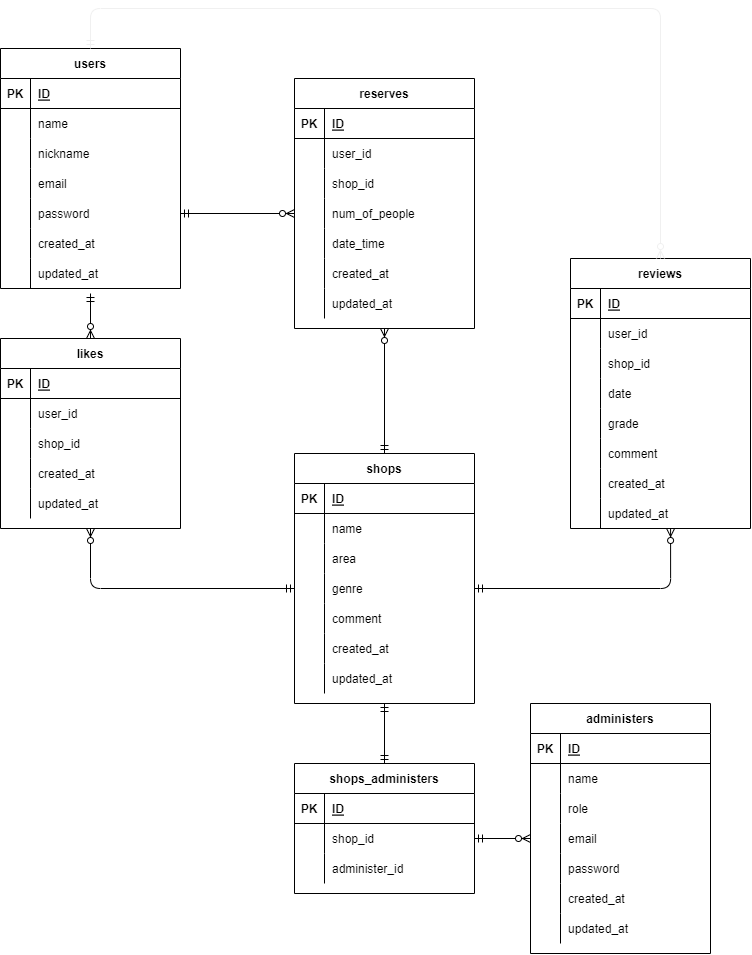
Above: index.drawio.png in ydyd1115/rese_app (draw.io), before the change. Source tidied: cells renumbered, new cells last; positions are measured from the earlier drawing's top-left corner, leaving out a move shared by most shapes.
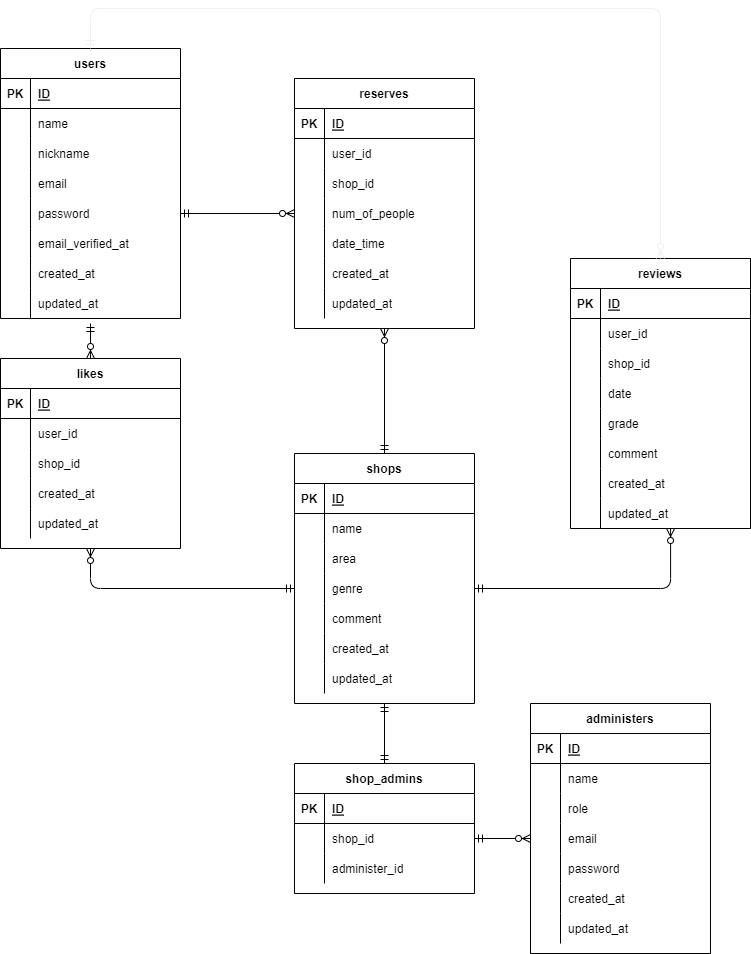
Later version of the same file.

What changed in the source:
```diff
@@ -3,7 +3,7 @@
     <mxCell id="0" />
     <mxCell id="1" parent="0" />
     <mxCell id="2" value="users" style="shape=table;startSize=30;rowLines=0;fontStyle=1;align=center;" parent="1" vertex="1">
-      <mxGeometry y="40" width="180" height="240" as="geometry" />
+      <mxGeometry y="40" width="180" height="270" as="geometry" />
     </mxCell>
     <mxCell id="3" style="shape=partialRectangle;fillColor=none;top=0;left=0;bottom=1;right=0;" parent="2" vertex="1">
       <mxGeometry y="30" width="180" height="30" as="geometry" />
@@ -50,8 +50,17 @@
     <mxCell id="17" value="password" style="shape=partialRectangle;fillColor=none;top=0;left=0;bottom=0;right=0;align=left;spacingLeft=6;overflow=hidden;" parent="15" vertex="1">
       <mxGeometry x="30" width="150" height="30" as="geometry" />
     </mxCell>
+    <mxCell id="149" style="shape=partialRectangle;fillColor=none;top=0;left=0;bottom=0;right=0;" parent="2" vertex="1">
+      <mxGeometry y="180" width="180" height="30" as="geometry" />
+    </mxCell>
+    <mxCell id="150" style="shape=partialRectangle;fillColor=none;top=0;left=0;bottom=0;right=0;overflow=hidden;" parent="149" vertex="1">
+      <mxGeometry width="30" height="30" as="geometry" />
+    </mxCell>
+    <mxCell id="151" value="email_verified_at" style="shape=partialRectangle;fillColor=none;top=0;left=0;bottom=0;right=0;align=left;spacingLeft=6;overflow=hidden;" parent="149" vertex="1">
+      <mxGeometry x="30" width="150" height="30" as="geometry" />
+    </mxCell>
     <mxCell id="18" style="shape=partialRectangle;fillColor=none;top=0;left=0;bottom=0;right=0;" parent="2" vertex="1">
-      <mxGeometry y="180" width="180" height="30" as="geometry" />
+      <mxGeometry y="210" width="180" height="30" as="geometry" />
     </mxCell>
     <mxCell id="19" style="shape=partialRectangle;fillColor=none;top=0;left=0;bottom=0;right=0;overflow=hidden;" parent="18" vertex="1">
       <mxGeometry width="30" height="30" as="geometry" />
@@ -60,7 +69,7 @@
       <mxGeometry x="30" width="150" height="30" as="geometry" />
     </mxCell>
     <mxCell id="21" style="shape=partialRectangle;fillColor=none;top=0;left=0;bottom=0;right=0;points=[[0,0.5],[1,0.5]];portConstraint=eastwest;" parent="2" vertex="1">
-      <mxGeometry y="210" width="180" height="30" as="geometry" />
+      <mxGeometry y="240" width="180" height="30" as="geometry" />
     </mxCell>
     <mxCell id="22" style="shape=partialRectangle;fillColor=none;top=0;left=0;bottom=0;right=0;overflow=hidden;" parent="21" vertex="1">
       <mxGeometry width="30" height="30" as="geometry" />
@@ -135,7 +144,7 @@
       <mxGeometry x="30" width="150" height="30" as="geometry" />
     </mxCell>
     <mxCell id="46" value="likes" style="shape=table;startSize=30;rowLines=0;fontStyle=1;align=center;" parent="1" vertex="1">
-      <mxGeometry y="330" width="180" height="190" as="geometry" />
+      <mxGeometry y="350" width="180" height="190" as="geometry" />
     </mxCell>
     <mxCell id="47" style="shape=partialRectangle;fillColor=none;top=0;left=0;bottom=1;right=0;" parent="46" vertex="1">
       <mxGeometry y="30" width="180" height="30" as="geometry" />
@@ -415,7 +424,7 @@
         </Array>
       </mxGeometry>
     </mxCell>
-    <mxCell id="138" value="shops_administers" style="shape=table;startSize=30;rowLines=0;fontStyle=1;align=center;" parent="1" vertex="1">
+    <mxCell id="138" value="shop_admins" style="shape=table;startSize=30;rowLines=0;fontStyle=1;align=center;" parent="1" vertex="1">
       <mxGeometry x="294" y="755" width="180" height="130" as="geometry" />
     </mxCell>
     <mxCell id="139" style="shape=partialRectangle;fillColor=none;top=0;left=0;bottom=1;right=0;" parent="138" vertex="1">
```
